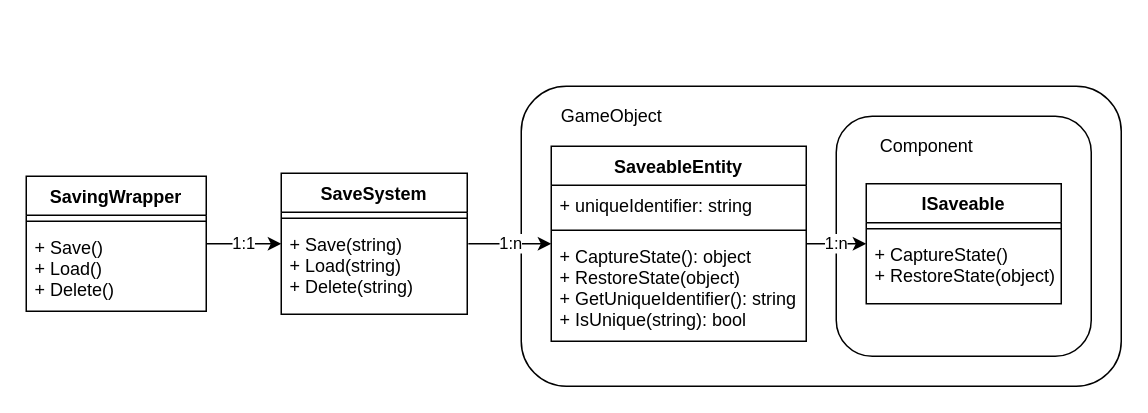
Above: drawio/savingSystem.drawio in BamBamGames/RPG-Core-Combat-Creator (draw.io), before the change. Source tidied: cells renumbered, new cells numbered last; positions are measured from the earlier drawing's top-left corner, leaving out a move shared by most shapes. Both pictures are drawn from the tidied source at 150%, with x=0, y=0 at pixel (26, 86).
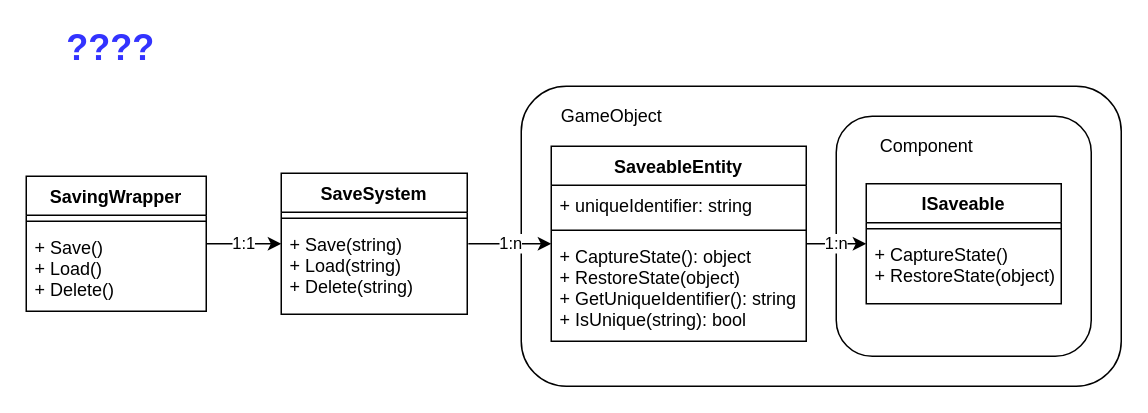
After the change.

Change to the diagram source:
```diff
@@
+    <mxCell id="22" value="????" style="text;html=1;align=center;verticalAlign=middle;fontColor=#3333FF;labelBorderColor=none;labelBackgroundColor=none;fontSize=24;fontStyle=1;" parent="1" vertex="1">
+      <mxGeometry x="1" y="-40" width="110" height="30" as="geometry" />
+    </mxCell>
```
